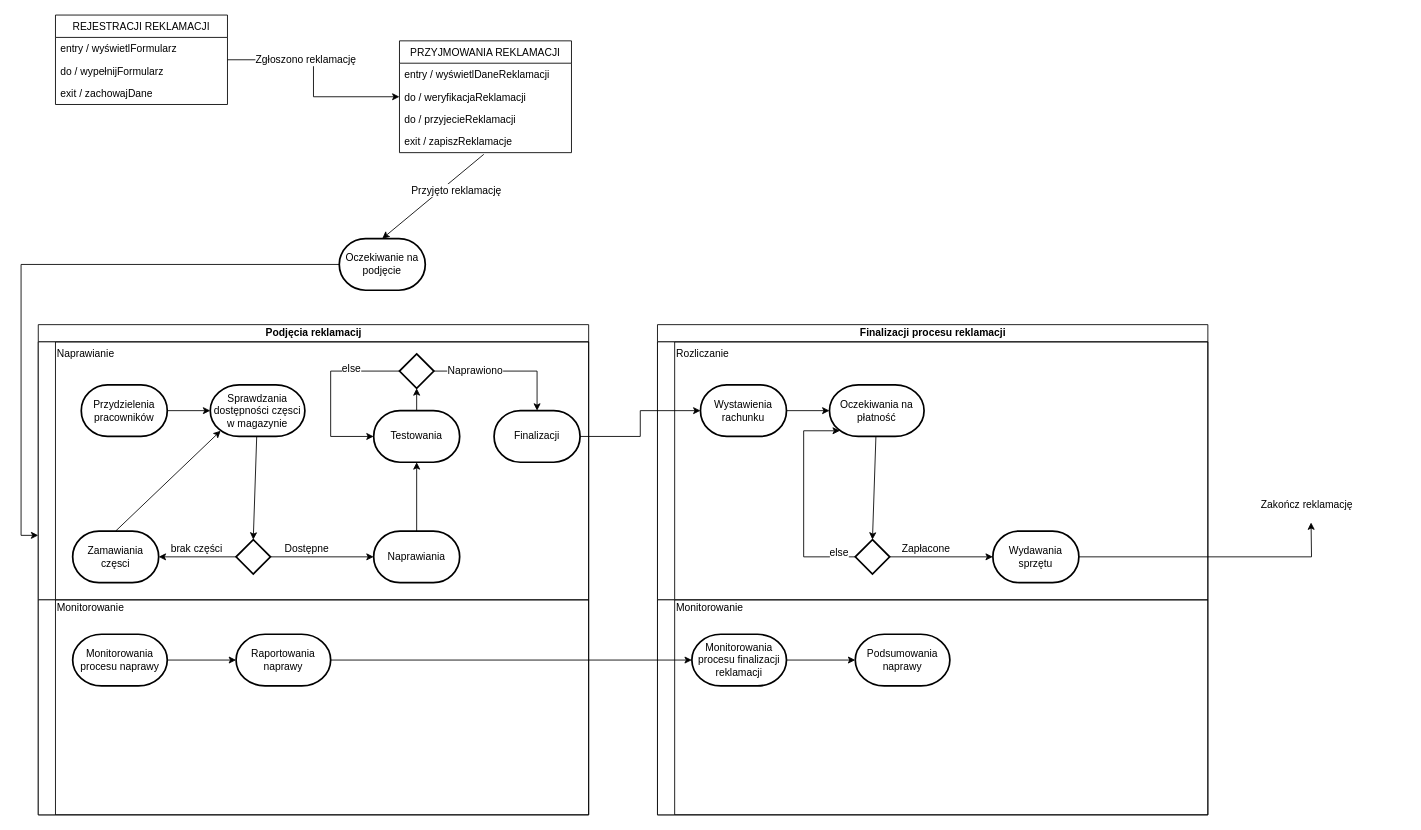
Before: Projekt4_diagram_maszyny_stanowej.drawio in kamilmix/e-learning_UCD, a draw.io diagram. Source tidied: cells renumbered, new cells numbered last; positions are measured from the earlier drawing's top-left corner, leaving out a move shared by most shapes. Both pictures are drawn from the tidied source at 86%, with x=0, y=0 at pixel (38, 15).
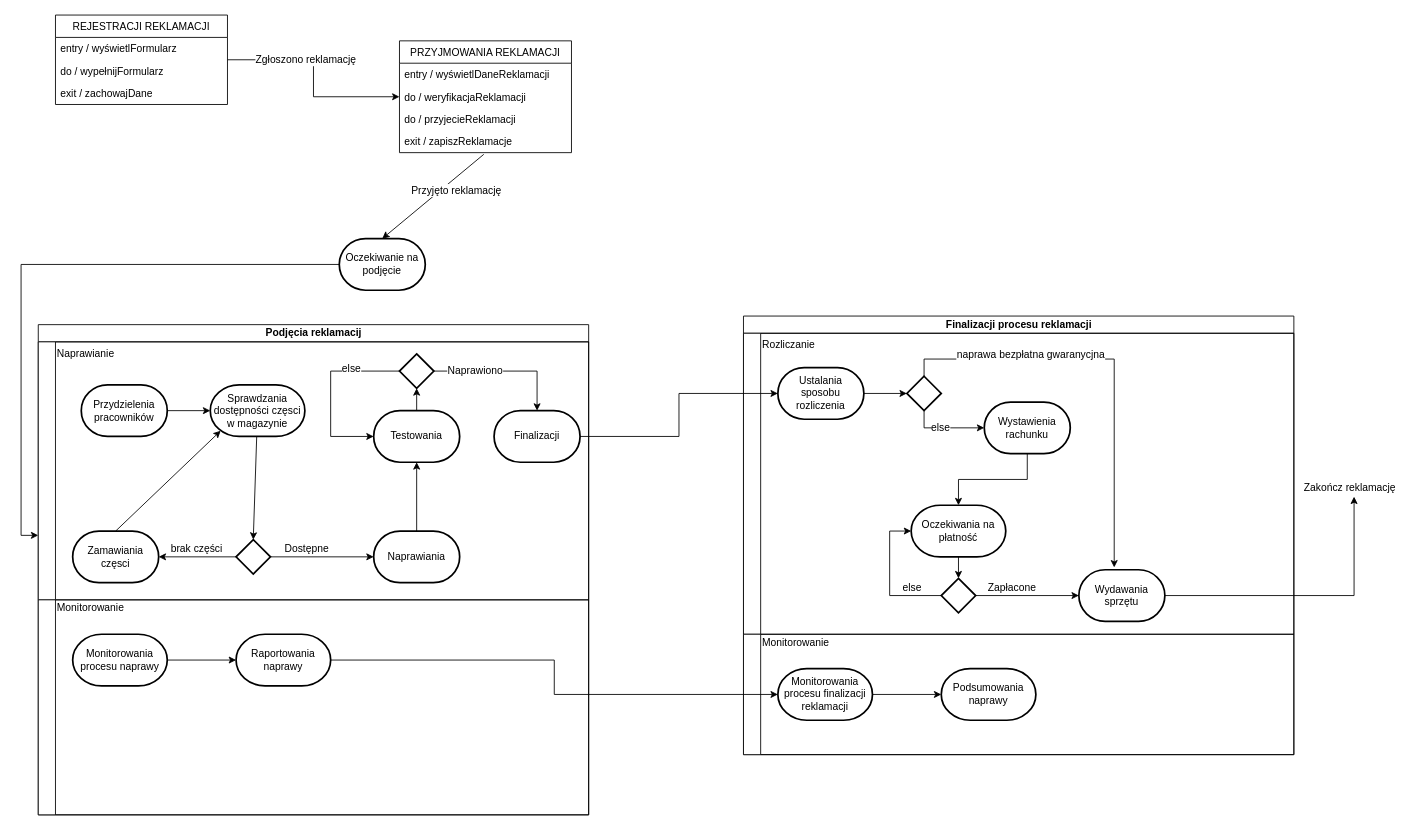
The same page after the edit.

Unchanged cells that the change refers to:
```xml
<mxCell id="38" value="Finalizacji" style="strokeWidth=2;html=1;shape=mxgraph.flowchart.terminator;whiteSpace=wrap;" parent="18" vertex="1">
  <mxGeometry x="530" y="80" width="100" height="60" as="geometry" />
</mxCell>
```

The edit, as a diff of the source:
```diff
@@
     <mxCell id="46" value="Finalizacji procesu reklamacji" style="swimlane;html=1;horizontal=1;startSize=20;" parent="1" vertex="1">
-      <mxGeometry x="720" y="360" width="640" height="570" as="geometry" />
+      <mxGeometry x="820" y="350" width="640" height="510" as="geometry" />
     </mxCell>
     <mxCell id="47" style="swimlane;html=1;startSize=20;horizontal=0;" parent="46" vertex="1">
-      <mxGeometry y="20" width="640" height="300" as="geometry" />
+      <mxGeometry y="20" width="640" height="350" as="geometry" />
     </mxCell>
-    <mxCell id="48" style="edgeStyle=none;rounded=0;jettySize=auto;html=1;exitX=1;exitY=0.5;exitDx=0;exitDy=0;exitPerimeter=0;entryX=0;entryY=0.5;entryDx=0;entryDy=0;entryPerimeter=0;" parent="47" edge="1" source="49" target="51">
+    <mxCell id="48" style="edgeStyle=orthogonalEdgeStyle;rounded=0;jettySize=auto;html=1;exitX=0.5;exitY=1;exitDx=0;exitDy=0;exitPerimeter=0;entryX=0.5;entryY=0;entryDx=0;entryDy=0;entryPerimeter=0;" parent="47" edge="1" source="49" target="51">
       <mxGeometry relative="1" as="geometry" />
     </mxCell>
     <mxCell id="49" value="Wystawienia rachunku" style="strokeWidth=2;html=1;shape=mxgraph.flowchart.terminator;whiteSpace=wrap;" parent="47" vertex="1">
-      <mxGeometry x="50" y="50" width="100" height="60" as="geometry" />
+      <mxGeometry x="280" y="80" width="100" height="60" as="geometry" />
     </mxCell>
@@
     <mxCell id="51" value="Oczekiwania na płatność" style="strokeWidth=2;html=1;shape=mxgraph.flowchart.terminator;whiteSpace=wrap;" parent="47" vertex="1">
-      <mxGeometry x="200" y="50" width="110" height="60" as="geometry" />
+      <mxGeometry x="195" y="200" width="110" height="60" as="geometry" />
     </mxCell>
@@
-    <mxCell id="54" style="edgeStyle=orthogonalEdgeStyle;rounded=0;jettySize=auto;html=1;entryX=0.11;entryY=0.89;entryDx=0;entryDy=0;entryPerimeter=0;" parent="47" edge="1" source="56" target="51">
+    <mxCell id="54" style="edgeStyle=orthogonalEdgeStyle;rounded=0;jettySize=auto;html=1;entryX=0;entryY=0.5;entryDx=0;entryDy=0;entryPerimeter=0;" parent="47" edge="1" source="56" target="51">
       <mxGeometry relative="1" as="geometry">
         <Array as="points">
-          <mxPoint x="170" y="250" />
-          <mxPoint x="170" y="103" />
+          <mxPoint x="170" y="305" />
+          <mxPoint x="170" y="230" />
         </Array>
       </mxGeometry>
     </mxCell>
     <mxCell id="55" value="else" style="text;html=1;align=center;verticalAlign=middle;labelBackgroundColor=#ffffff;" parent="54" vertex="1">
       <mxGeometry x="0.28" y="-2" relative="1" as="geometry">
-        <mxPoint x="38" y="94" as="offset" />
+        <mxPoint x="23" y="32" as="offset" />
       </mxGeometry>
     </mxCell>
     <mxCell id="56" style="strokeWidth=2;html=1;shape=mxgraph.flowchart.decision;whiteSpace=wrap;" parent="47" vertex="1">
-      <mxGeometry x="230" y="230" width="40" height="40" as="geometry" />
+      <mxGeometry x="230" y="285" width="40" height="40" as="geometry" />
     </mxCell>
     <mxCell id="57" value="Wydawania sprzętu" style="strokeWidth=2;html=1;shape=mxgraph.flowchart.terminator;whiteSpace=wrap;" parent="47" vertex="1">
-      <mxGeometry x="390" y="220" width="100" height="60" as="geometry" />
+      <mxGeometry x="390" y="275" width="100" height="60" as="geometry" />
     </mxCell>
@@
+    <mxCell id="68" style="edgeStyle=orthogonalEdgeStyle;rounded=0;jettySize=auto;html=1;exitX=1;exitY=0.5;exitDx=0;exitDy=0;exitPerimeter=0;entryX=0;entryY=0.5;entryDx=0;entryDy=0;entryPerimeter=0;" parent="47" edge="1" source="69" target="74">
+      <mxGeometry relative="1" as="geometry" />
+    </mxCell>
+    <mxCell id="69" value="Ustalania sposobu rozliczenia" style="strokeWidth=2;html=1;shape=mxgraph.flowchart.terminator;whiteSpace=wrap;" parent="47" vertex="1">
+      <mxGeometry x="40" y="40" width="100" height="60" as="geometry" />
+    </mxCell>
+    <mxCell id="70" style="edgeStyle=orthogonalEdgeStyle;rounded=0;jettySize=auto;html=1;exitX=0.5;exitY=0;exitDx=0;exitDy=0;exitPerimeter=0;entryX=0.411;entryY=-0.045;entryDx=0;entryDy=0;entryPerimeter=0;" parent="47" edge="1" source="74" target="57">
+      <mxGeometry relative="1" as="geometry" />
+    </mxCell>
+    <mxCell id="71" value="naprawa bezpłatna gwaranycjna" style="text;html=1;align=center;verticalAlign=middle;labelBackgroundColor=#ffffff;" parent="70" vertex="1">
+      <mxGeometry x="-0.55" y="3" relative="1" as="geometry">
+        <mxPoint x="34.5" y="-3" as="offset" />
+      </mxGeometry>
+    </mxCell>
+    <mxCell id="72" style="edgeStyle=orthogonalEdgeStyle;rounded=0;jettySize=auto;html=1;exitX=0.5;exitY=1;exitDx=0;exitDy=0;exitPerimeter=0;entryX=0;entryY=0.5;entryDx=0;entryDy=0;entryPerimeter=0;" parent="47" edge="1" source="74" target="49">
+      <mxGeometry relative="1" as="geometry" />
+    </mxCell>
+    <mxCell id="73" value="else" style="text;html=1;align=center;verticalAlign=middle;labelBackgroundColor=#ffffff;" parent="72" vertex="1">
+      <mxGeometry x="-0.16" y="1" relative="1" as="geometry" />
+    </mxCell>
+    <mxCell id="74" style="strokeWidth=2;html=1;shape=mxgraph.flowchart.decision;whiteSpace=wrap;" parent="47" vertex="1">
+      <mxGeometry x="190" y="50" width="40" height="40" as="geometry" />
+    </mxCell>
     <mxCell id="59" style="swimlane;html=1;startSize=20;horizontal=0;" parent="46" vertex="1">
-      <mxGeometry y="320" width="640" height="250" as="geometry" />
+      <mxGeometry y="370" width="640" height="140" as="geometry" />
     </mxCell>
@@
-    <mxCell id="64" style="edgeStyle=orthogonalEdgeStyle;rounded=0;jettySize=auto;html=1;exitX=1;exitY=0.5;exitDx=0;exitDy=0;exitPerimeter=0;" parent="1" edge="1" source="57">
+    <mxCell id="64" style="edgeStyle=orthogonalEdgeStyle;rounded=0;jettySize=auto;html=1;exitX=1;exitY=0.5;exitDx=0;exitDy=0;exitPerimeter=0;" parent="1" edge="1" source="57" target="65">
       <mxGeometry relative="1" as="geometry">
-        <mxPoint x="1480" y="590" as="targetPoint" />
+        <Array as="points">
+          <mxPoint x="1530" y="675" />
+        </Array>
       </mxGeometry>
     </mxCell>
     <mxCell id="65" value="Zakończ reklamację" style="text;html=1;points=[];align=left;verticalAlign=top;spacingTop=-4;" parent="1" vertex="1">
-      <mxGeometry x="1420" y="560" width="120" height="20" as="geometry" />
+      <mxGeometry x="1470" y="540" width="120" height="20" as="geometry" />
     </mxCell>
-    <mxCell id="66" style="edgeStyle=orthogonalEdgeStyle;rounded=0;jettySize=auto;html=1;exitX=1;exitY=0.5;exitDx=0;exitDy=0;exitPerimeter=0;entryX=0;entryY=0.5;entryDx=0;entryDy=0;entryPerimeter=0;" parent="1" edge="1" source="38" target="49">
-      <mxGeometry relative="1" as="geometry" />
-    </mxCell>
@@
+    <mxCell id="75" style="edgeStyle=orthogonalEdgeStyle;rounded=0;jettySize=auto;html=1;exitX=1;exitY=0.5;exitDx=0;exitDy=0;exitPerimeter=0;entryX=0;entryY=0.5;entryDx=0;entryDy=0;entryPerimeter=0;" parent="1" edge="1" source="38" target="69">
+      <mxGeometry relative="1" as="geometry" />
+    </mxCell>
```
